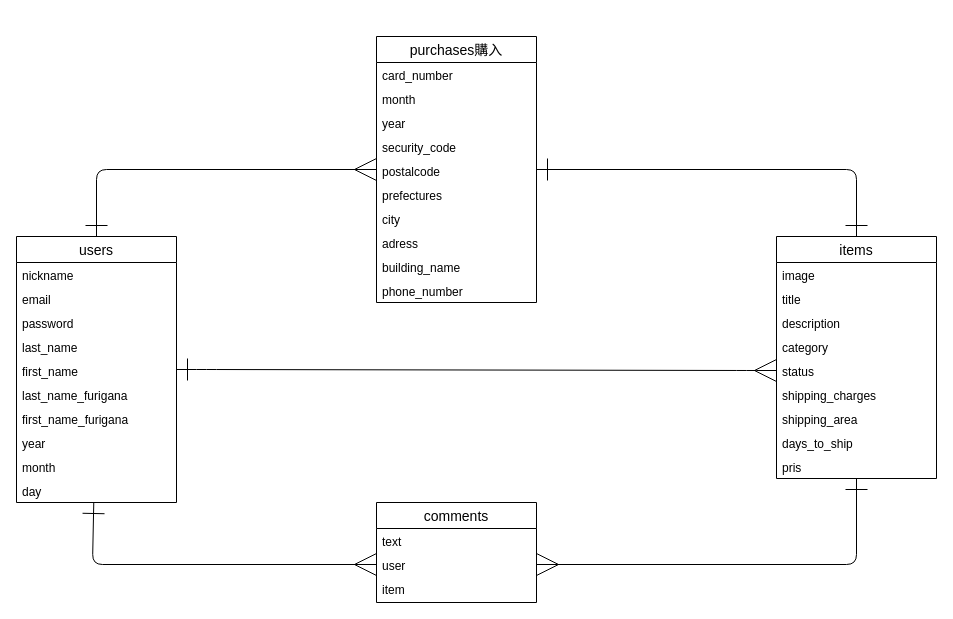
Above: furima.dio in uuutah/furima-33384 (draw.io), before the change. Source tidied: cells renumbered, new cells numbered last; positions are measured from the earlier drawing's top-left corner, leaving out a move shared by most shapes. Both pictures are drawn from the tidied source at 100%, with x=0, y=0 at pixel (16, 36).
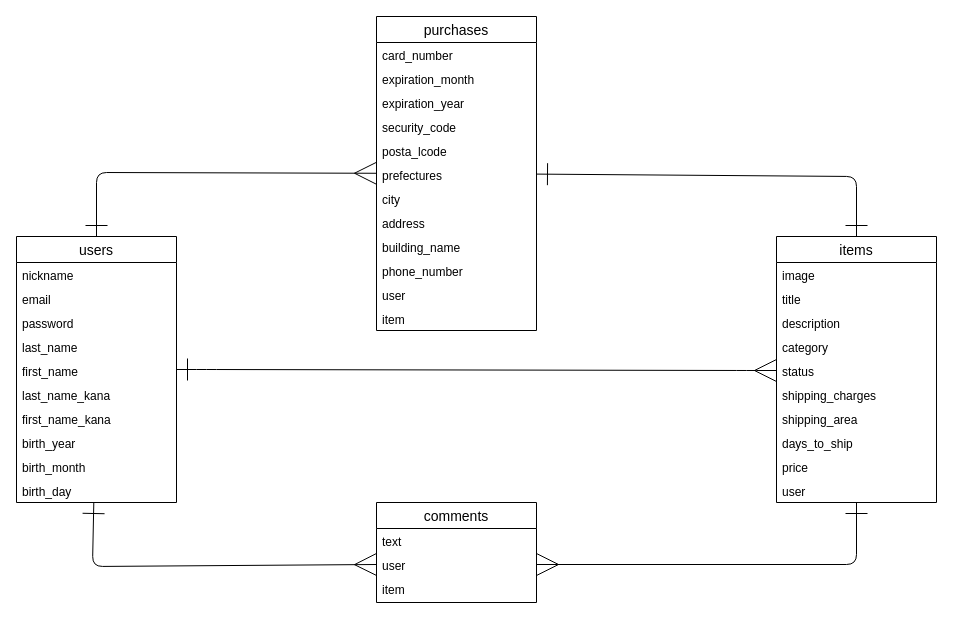
Above is the later version.

Unchanged cells that the change refers to:
```xml
<mxCell id="2" value="users" style="swimlane;fontStyle=0;horizontal=1;startSize=26;align=center;fontSize=14;" parent="1" vertex="1">
  <mxGeometry y="200" width="160" height="266" as="geometry" />
</mxCell>
<mxCell id="36" value="user" style="text;strokeColor=none;fillColor=none;spacingLeft=4;spacingRight=4;overflow=hidden;points=[[0,0.5],[1,0.5]];portConstraint=eastwest;fontSize=12;" parent="34" vertex="1">
  <mxGeometry y="50" width="160" height="24" as="geometry" />
</mxCell>
```

Diff of the diagram source:
```diff
@@
-    <mxCell id="8" value="last_name_furigana" style="text;strokeColor=none;fillColor=none;spacingLeft=4;spacingRight=4;overflow=hidden;fontSize=12;verticalAlign=top;" parent="2" vertex="1">
+    <mxCell id="8" value="last_name_kana" style="text;strokeColor=none;fillColor=none;spacingLeft=4;spacingRight=4;overflow=hidden;fontSize=12;verticalAlign=top;" parent="2" vertex="1">
       <mxGeometry y="146" width="160" height="24" as="geometry" />
     </mxCell>
-    <mxCell id="9" value="first_name_furigana" style="text;strokeColor=none;fillColor=none;spacingLeft=4;spacingRight=4;overflow=hidden;fontSize=12;verticalAlign=top;" parent="2" vertex="1">
+    <mxCell id="9" value="first_name_kana" style="text;strokeColor=none;fillColor=none;spacingLeft=4;spacingRight=4;overflow=hidden;fontSize=12;verticalAlign=top;" parent="2" vertex="1">
       <mxGeometry y="170" width="160" height="24" as="geometry" />
     </mxCell>
-    <mxCell id="10" value="year" style="text;strokeColor=none;fillColor=none;spacingLeft=4;spacingRight=4;overflow=hidden;fontSize=12;verticalAlign=top;" parent="2" vertex="1">
+    <mxCell id="10" value="birth_year" style="text;strokeColor=none;fillColor=none;spacingLeft=4;spacingRight=4;overflow=hidden;fontSize=12;verticalAlign=top;" parent="2" vertex="1">
       <mxGeometry y="194" width="160" height="24" as="geometry" />
     </mxCell>
-    <mxCell id="11" value="month" style="text;strokeColor=none;fillColor=none;spacingLeft=4;spacingRight=4;overflow=hidden;fontSize=12;verticalAlign=top;" parent="2" vertex="1">
+    <mxCell id="11" value="birth_month" style="text;strokeColor=none;fillColor=none;spacingLeft=4;spacingRight=4;overflow=hidden;fontSize=12;verticalAlign=top;" parent="2" vertex="1">
       <mxGeometry y="218" width="160" height="24" as="geometry" />
     </mxCell>
-    <mxCell id="12" value="day" style="text;strokeColor=none;fillColor=none;spacingLeft=4;spacingRight=4;overflow=hidden;fontSize=12;verticalAlign=top;" parent="2" vertex="1">
+    <mxCell id="12" value="birth_day" style="text;strokeColor=none;fillColor=none;spacingLeft=4;spacingRight=4;overflow=hidden;fontSize=12;verticalAlign=top;" parent="2" vertex="1">
       <mxGeometry y="242" width="160" height="24" as="geometry" />
     </mxCell>
     <mxCell id="13" value="items" style="swimlane;fontStyle=0;horizontal=1;startSize=26;align=center;fontSize=14;" parent="1" vertex="1">
-      <mxGeometry x="760" y="200" width="160" height="242" as="geometry" />
+      <mxGeometry x="760" y="200" width="160" height="266" as="geometry" />
     </mxCell>
@@
-    <mxCell id="22" value="pris" style="text;strokeColor=none;fillColor=none;spacingLeft=4;spacingRight=4;overflow=hidden;fontSize=12;" parent="13" vertex="1">
+    <mxCell id="22" value="price" style="text;strokeColor=none;fillColor=none;spacingLeft=4;spacingRight=4;overflow=hidden;fontSize=12;" parent="13" vertex="1">
       <mxGeometry y="218" width="160" height="24" as="geometry" />
     </mxCell>
+    <mxCell id="43" value="user" style="text;strokeColor=none;fillColor=none;spacingLeft=4;spacingRight=4;overflow=hidden;fontSize=12;" parent="13" vertex="1">
+      <mxGeometry y="242" width="160" height="24" as="geometry" />
+    </mxCell>
-    <mxCell id="23" value="purchases購入" style="swimlane;fontStyle=0;horizontal=1;startSize=26;align=center;fontSize=14;" parent="1" vertex="1">
-      <mxGeometry x="360" width="160" height="266" as="geometry" />
+    <mxCell id="23" value="purchases" style="swimlane;fontStyle=0;horizontal=1;startSize=26;align=center;fontSize=14;" parent="1" vertex="1">
+      <mxGeometry x="360" y="-20" width="160" height="314" as="geometry" />
     </mxCell>
@@
-    <mxCell id="25" value="month" style="text;strokeColor=none;fillColor=none;spacingLeft=4;spacingRight=4;overflow=hidden;fontSize=12;" parent="23" vertex="1">
+    <mxCell id="25" value="expiration_month" style="text;strokeColor=none;fillColor=none;spacingLeft=4;spacingRight=4;overflow=hidden;fontSize=12;" parent="23" vertex="1">
       <mxGeometry y="50" width="160" height="24" as="geometry" />
     </mxCell>
-    <mxCell id="26" value="year" style="text;strokeColor=none;fillColor=none;spacingLeft=4;spacingRight=4;overflow=hidden;fontSize=12;" parent="23" vertex="1">
+    <mxCell id="26" value="expiration_year" style="text;strokeColor=none;fillColor=none;spacingLeft=4;spacingRight=4;overflow=hidden;fontSize=12;" parent="23" vertex="1">
       <mxGeometry y="74" width="160" height="24" as="geometry" />
     </mxCell>
@@
-    <mxCell id="28" value="postalcode" style="text;strokeColor=none;fillColor=none;spacingLeft=4;spacingRight=4;overflow=hidden;fontSize=12;" parent="23" vertex="1">
+    <mxCell id="28" value="posta_lcode" style="text;strokeColor=none;fillColor=none;spacingLeft=4;spacingRight=4;overflow=hidden;fontSize=12;" parent="23" vertex="1">
       <mxGeometry y="122" width="160" height="24" as="geometry" />
     </mxCell>
@@
-    <mxCell id="31" value="adress" style="text;strokeColor=none;fillColor=none;spacingLeft=4;spacingRight=4;overflow=hidden;fontSize=12;" parent="23" vertex="1">
+    <mxCell id="31" value="address" style="text;strokeColor=none;fillColor=none;spacingLeft=4;spacingRight=4;overflow=hidden;fontSize=12;" parent="23" vertex="1">
       <mxGeometry y="194" width="160" height="24" as="geometry" />
     </mxCell>
@@
+    <mxCell id="44" value="user" style="text;strokeColor=none;fillColor=none;spacingLeft=4;spacingRight=4;overflow=hidden;fontSize=12;" parent="23" vertex="1">
+      <mxGeometry y="266" width="160" height="24" as="geometry" />
+    </mxCell>
+    <mxCell id="45" value="item" style="text;strokeColor=none;fillColor=none;spacingLeft=4;spacingRight=4;overflow=hidden;fontSize=12;" parent="23" vertex="1">
+      <mxGeometry y="290" width="160" height="24" as="geometry" />
+    </mxCell>
@@
     <mxCell id="38" style="fontSize=12;html=1;endArrow=ERmany;endSize=20;startArrow=ERone;startFill=0;startSize=20;" parent="1" edge="1" source="2" target="23">
       <mxGeometry relative="1" as="geometry">
         <Array as="points">
-          <mxPoint x="80" y="133" />
+          <mxPoint x="80" y="136" />
         </Array>
       </mxGeometry>
     </mxCell>
     <mxCell id="39" style="fontSize=12;html=1;endArrow=ERmany;endSize=20;startSize=20;startArrow=ERone;startFill=0;entryX=0;entryY=0.5;entryDx=0;entryDy=0;" parent="1" edge="1" source="2" target="36">
       <mxGeometry relative="1" as="geometry">
         <Array as="points">
-          <mxPoint x="76" y="528" />
+          <mxPoint x="76" y="530" />
         </Array>
       </mxGeometry>
     </mxCell>
@@
     <mxCell id="42" style="fontSize=12;html=1;endArrow=ERone;startArrow=ERone;entryX=0.5;entryY=0;entryDx=0;entryDy=0;endSize=20;startSize=20;startFill=0;endFill=0;" parent="1" edge="1" source="23" target="13">
       <mxGeometry relative="1" as="geometry">
         <Array as="points">
-          <mxPoint x="840" y="133" />
+          <mxPoint x="840" y="140" />
         </Array>
       </mxGeometry>
     </mxCell>
```
